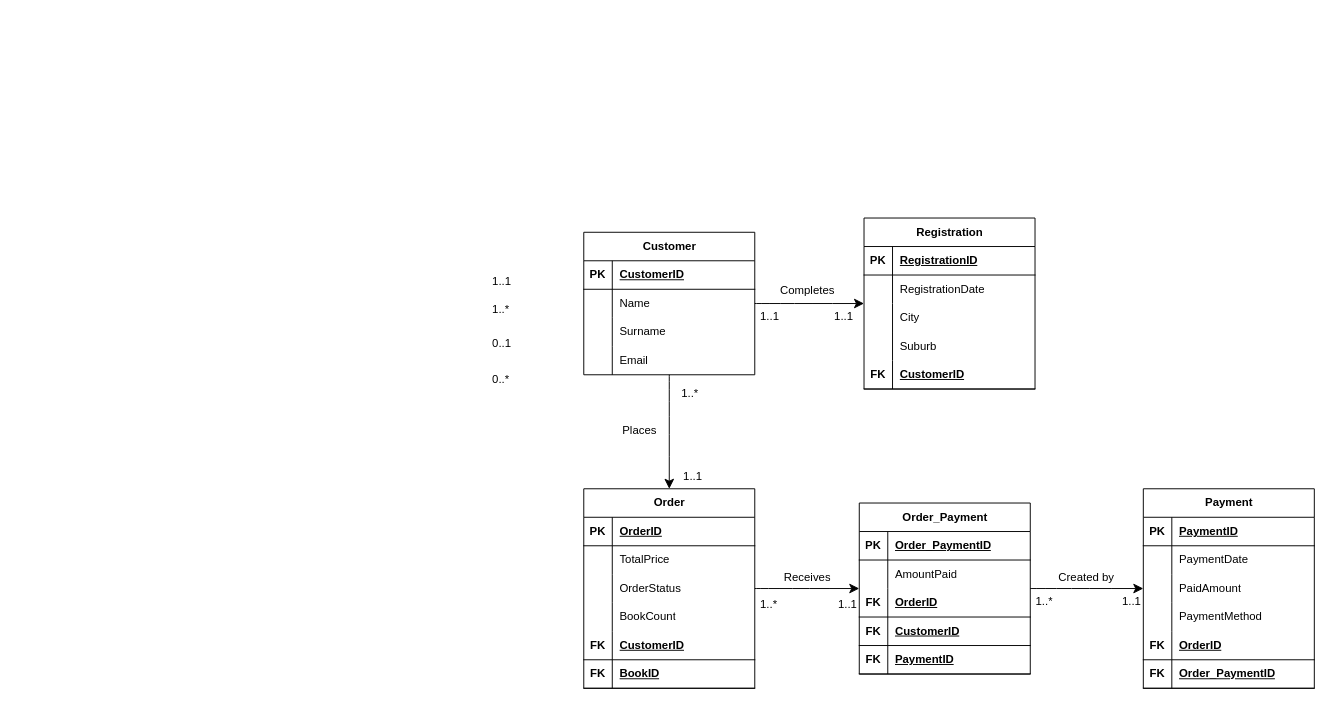
ST10326104/ERDs keeps this draw.io diagram as Untitled Diagram.drawio. Above is the earlier version. Source tidied: cells renumbered, new cells numbered last; positions are measured from the earlier drawing's top-left corner, leaving out a move shared by most shapes. Both pictures are drawn from the tidied source at 95%, with x=0, y=0 at pixel (486, 218).
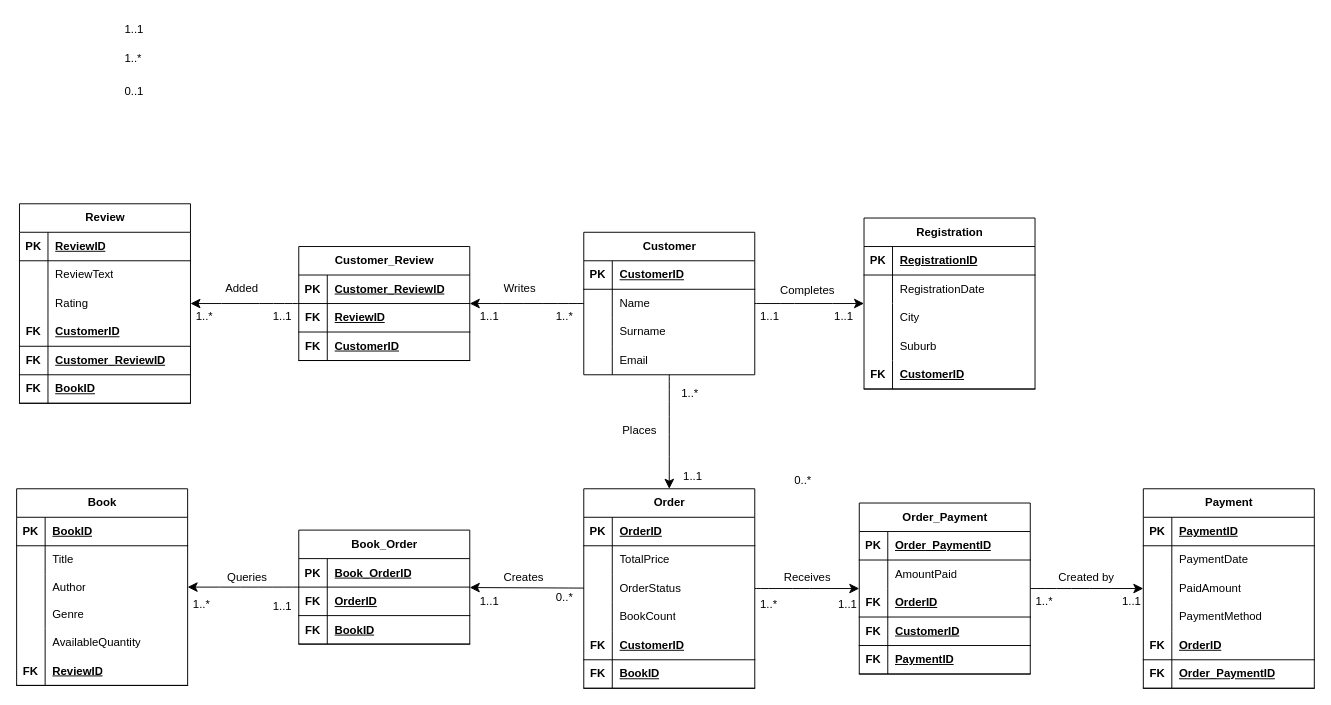
Above is the later version.

The change refers to these unchanged cells:
```xml
<mxCell id="4" value="Customer" style="shape=table;startSize=30;childLayout=tableLayout;rowLines=0;fontStyle=1;align=center;html=1;" parent="1" vertex="1">
  <mxGeometry x="102" y="15" width="180" height="150" as="geometry" />
</mxCell>
<mxCell id="34" value="Order" style="shape=table;startSize=30;childLayout=tableLayout;rowLines=0;fontStyle=1;align=center;html=1;" parent="1" vertex="1">
  <mxGeometry x="102" y="285" width="180" height="210" as="geometry" />
</mxCell>
```

Change to the diagram source:
```diff
@@
+    <mxCell id="105" style="edgeStyle=none;curved=1;rounded=0;jettySize=auto;html=1;fontFamily=Helvetica;fontSize=12;fontColor=default;startSize=8;endSize=8;" parent="1" edge="1" source="4" target="108">
+      <mxGeometry relative="1" as="geometry" />
+    </mxCell>
@@
+    <mxCell id="106" style="edgeStyle=none;curved=1;rounded=0;jettySize=auto;html=1;fontFamily=Helvetica;fontSize=12;fontColor=default;startSize=8;endSize=8;" parent="1" edge="1" source="34" target="142">
+      <mxGeometry relative="1" as="geometry" />
+    </mxCell>
@@
     <mxCell id="54" value="1..1" style="text;strokeColor=none;fillColor=none;spacingLeft=4;spacingRight=4;overflow=hidden;fontSize=12;whiteSpace=wrap;html=1;" parent="1" vertex="1">
-      <mxGeometry y="53" width="40" height="30" as="geometry" />
+      <mxGeometry x="-387" y="-212" width="40" height="30" as="geometry" />
     </mxCell>
     <mxCell id="55" value="1..*" style="text;strokeColor=none;fillColor=none;spacingLeft=4;spacingRight=4;overflow=hidden;fontSize=12;whiteSpace=wrap;html=1;" parent="1" vertex="1">
-      <mxGeometry y="83" width="40" height="30" as="geometry" />
+      <mxGeometry x="-387" y="-182" width="40" height="30" as="geometry" />
     </mxCell>
     <mxCell id="56" value="0..1" style="text;strokeColor=none;fillColor=none;spacingLeft=4;spacingRight=4;overflow=hidden;fontSize=12;whiteSpace=wrap;html=1;" parent="1" vertex="1">
-      <mxGeometry y="118" width="40" height="30" as="geometry" />
+      <mxGeometry x="-387" y="-147" width="40" height="30" as="geometry" />
     </mxCell>
     <mxCell id="57" value="0..*" style="text;strokeColor=none;fillColor=none;spacingLeft=4;spacingRight=4;overflow=hidden;fontSize=12;whiteSpace=wrap;html=1;" parent="1" vertex="1">
-      <mxGeometry y="156" width="40" height="30" as="geometry" />
+      <mxGeometry x="317.5" y="261.5" width="40" height="30" as="geometry" />
     </mxCell>
@@
+    <mxCell id="107" style="edgeStyle=none;curved=1;rounded=0;jettySize=auto;html=1;fontFamily=Helvetica;fontSize=12;fontColor=default;startSize=8;endSize=8;" parent="1" edge="1" source="108" target="118">
+      <mxGeometry relative="1" as="geometry" />
+    </mxCell>
+    <mxCell id="108" value="Customer_Review" style="shape=table;startSize=30;childLayout=tableLayout;rowLines=0;fontStyle=1;align=center;html=1;" parent="1" vertex="1">
+      <mxGeometry x="-198" y="30" width="180" height="120" as="geometry" />
+    </mxCell>
+    <mxCell id="109" style="shape=tableRow;horizontal=0;startSize=0;swimlaneHead=0;swimlaneBody=0;fillColor=none;top=0;left=0;right=0;bottom=1;" parent="108" vertex="1">
+      <mxGeometry y="30" width="180" height="30" as="geometry" />
+    </mxCell>
+    <mxCell id="110" value="PK" style="shape=partialRectangle;fillColor=none;top=0;left=0;bottom=0;right=0;fontStyle=1;overflow=hidden;whiteSpace=wrap;html=1;" parent="109" vertex="1">
+      <mxGeometry width="30" height="30" as="geometry" />
+    </mxCell>
+    <mxCell id="111" value="Customer_ReviewID" style="shape=partialRectangle;fillColor=none;top=0;left=0;bottom=0;right=0;align=left;spacingLeft=6;fontStyle=5;overflow=hidden;whiteSpace=wrap;html=1;" parent="109" vertex="1">
+      <mxGeometry x="30" width="150" height="30" as="geometry" />
+    </mxCell>
+    <mxCell id="112" style="shape=tableRow;horizontal=0;startSize=0;swimlaneHead=0;swimlaneBody=0;fillColor=none;top=0;left=0;right=0;bottom=1;" parent="108" vertex="1">
+      <mxGeometry y="60" width="180" height="30" as="geometry" />
+    </mxCell>
+    <mxCell id="113" value="FK" style="shape=partialRectangle;fillColor=none;top=0;left=0;bottom=0;right=0;fontStyle=1;overflow=hidden;whiteSpace=wrap;html=1;" parent="112" vertex="1">
+      <mxGeometry width="30" height="30" as="geometry" />
+    </mxCell>
+    <mxCell id="114" value="ReviewID" style="shape=partialRectangle;fillColor=none;top=0;left=0;bottom=0;right=0;align=left;spacingLeft=6;fontStyle=5;overflow=hidden;whiteSpace=wrap;html=1;" parent="112" vertex="1">
+      <mxGeometry x="30" width="150" height="30" as="geometry" />
+    </mxCell>
+    <mxCell id="115" style="shape=tableRow;horizontal=0;startSize=0;swimlaneHead=0;swimlaneBody=0;fillColor=none;top=0;left=0;right=0;bottom=1;" parent="108" vertex="1">
+      <mxGeometry y="90" width="180" height="30" as="geometry" />
+    </mxCell>
+    <mxCell id="116" value="FK" style="shape=partialRectangle;fillColor=none;top=0;left=0;bottom=0;right=0;fontStyle=1;overflow=hidden;whiteSpace=wrap;html=1;" parent="115" vertex="1">
+      <mxGeometry width="30" height="30" as="geometry" />
+    </mxCell>
+    <mxCell id="117" value="CustomerID" style="shape=partialRectangle;fillColor=none;top=0;left=0;bottom=0;right=0;align=left;spacingLeft=6;fontStyle=5;overflow=hidden;whiteSpace=wrap;html=1;" parent="115" vertex="1">
+      <mxGeometry x="30" width="150" height="30" as="geometry" />
+    </mxCell>
+    <mxCell id="118" value="Review" style="shape=table;startSize=30;childLayout=tableLayout;rowLines=0;fontStyle=1;align=center;html=1;" parent="1" vertex="1">
+      <mxGeometry x="-492" y="-15" width="180" height="210" as="geometry" />
+    </mxCell>
+    <mxCell id="119" style="shape=tableRow;horizontal=0;startSize=0;swimlaneHead=0;swimlaneBody=0;fillColor=none;top=0;left=0;right=0;bottom=1;" parent="118" vertex="1">
+      <mxGeometry y="30" width="180" height="30" as="geometry" />
+    </mxCell>
+    <mxCell id="120" value="PK" style="shape=partialRectangle;fillColor=none;top=0;left=0;bottom=0;right=0;fontStyle=1;overflow=hidden;whiteSpace=wrap;html=1;" parent="119" vertex="1">
+      <mxGeometry width="30" height="30" as="geometry" />
+    </mxCell>
+    <mxCell id="121" value="ReviewID" style="shape=partialRectangle;fillColor=none;top=0;left=0;bottom=0;right=0;align=left;spacingLeft=6;fontStyle=5;overflow=hidden;whiteSpace=wrap;html=1;" parent="119" vertex="1">
+      <mxGeometry x="30" width="150" height="30" as="geometry" />
+    </mxCell>
+    <mxCell id="122" style="shape=tableRow;horizontal=0;startSize=0;swimlaneHead=0;swimlaneBody=0;fillColor=none;top=0;left=0;right=0;bottom=0;" parent="118" vertex="1">
+      <mxGeometry y="60" width="180" height="30" as="geometry" />
+    </mxCell>
+    <mxCell id="123" style="shape=partialRectangle;fillColor=none;top=0;left=0;bottom=0;right=0;overflow=hidden;whiteSpace=wrap;html=1;" parent="122" vertex="1">
+      <mxGeometry width="30" height="30" as="geometry" />
+    </mxCell>
+    <mxCell id="124" value="ReviewText" style="shape=partialRectangle;fillColor=none;top=0;left=0;bottom=0;right=0;align=left;spacingLeft=6;overflow=hidden;whiteSpace=wrap;html=1;" parent="122" vertex="1">
+      <mxGeometry x="30" width="150" height="30" as="geometry" />
+    </mxCell>
+    <mxCell id="125" style="shape=tableRow;horizontal=0;startSize=0;swimlaneHead=0;swimlaneBody=0;fillColor=none;top=0;left=0;right=0;bottom=0;" parent="118" vertex="1">
+      <mxGeometry y="90" width="180" height="30" as="geometry" />
+    </mxCell>
+    <mxCell id="126" style="shape=partialRectangle;fillColor=none;top=0;left=0;bottom=0;right=0;overflow=hidden;whiteSpace=wrap;html=1;" parent="125" vertex="1">
+      <mxGeometry width="30" height="30" as="geometry" />
+    </mxCell>
+    <mxCell id="127" value="Rating" style="shape=partialRectangle;fillColor=none;top=0;left=0;bottom=0;right=0;align=left;spacingLeft=6;overflow=hidden;whiteSpace=wrap;html=1;" parent="125" vertex="1">
+      <mxGeometry x="30" width="150" height="30" as="geometry" />
+    </mxCell>
+    <mxCell id="128" style="shape=tableRow;horizontal=0;startSize=0;swimlaneHead=0;swimlaneBody=0;fillColor=none;top=0;left=0;right=0;bottom=1;" parent="118" vertex="1">
+      <mxGeometry y="120" width="180" height="30" as="geometry" />
+    </mxCell>
+    <mxCell id="129" value="FK" style="shape=partialRectangle;fillColor=none;top=0;left=0;bottom=0;right=0;fontStyle=1;overflow=hidden;whiteSpace=wrap;html=1;" parent="128" vertex="1">
+      <mxGeometry width="30" height="30" as="geometry" />
+    </mxCell>
+    <mxCell id="130" value="CustomerID" style="shape=partialRectangle;fillColor=none;top=0;left=0;bottom=0;right=0;align=left;spacingLeft=6;fontStyle=5;overflow=hidden;whiteSpace=wrap;html=1;" parent="128" vertex="1">
+      <mxGeometry x="30" width="150" height="30" as="geometry" />
+    </mxCell>
+    <mxCell id="131" style="shape=tableRow;horizontal=0;startSize=0;swimlaneHead=0;swimlaneBody=0;fillColor=none;top=0;left=0;right=0;bottom=1;" parent="118" vertex="1">
+      <mxGeometry y="150" width="180" height="30" as="geometry" />
+    </mxCell>
+    <mxCell id="132" value="FK" style="shape=partialRectangle;fillColor=none;top=0;left=0;bottom=0;right=0;fontStyle=1;overflow=hidden;whiteSpace=wrap;html=1;" parent="131" vertex="1">
+      <mxGeometry width="30" height="30" as="geometry" />
+    </mxCell>
+    <mxCell id="133" value="Customer_ReviewID" style="shape=partialRectangle;fillColor=none;top=0;left=0;bottom=0;right=0;align=left;spacingLeft=6;fontStyle=5;overflow=hidden;whiteSpace=wrap;html=1;" parent="131" vertex="1">
+      <mxGeometry x="30" width="150" height="30" as="geometry" />
+    </mxCell>
+    <mxCell id="134" style="shape=tableRow;horizontal=0;startSize=0;swimlaneHead=0;swimlaneBody=0;fillColor=none;top=0;left=0;right=0;bottom=1;" parent="118" vertex="1">
+      <mxGeometry y="180" width="180" height="30" as="geometry" />
+    </mxCell>
+    <mxCell id="135" value="FK" style="shape=partialRectangle;fillColor=none;top=0;left=0;bottom=0;right=0;fontStyle=1;overflow=hidden;whiteSpace=wrap;html=1;" parent="134" vertex="1">
+      <mxGeometry width="30" height="30" as="geometry" />
+    </mxCell>
+    <mxCell id="136" value="BookID" style="shape=partialRectangle;fillColor=none;top=0;left=0;bottom=0;right=0;align=left;spacingLeft=6;fontStyle=5;overflow=hidden;whiteSpace=wrap;html=1;" parent="134" vertex="1">
+      <mxGeometry x="30" width="150" height="30" as="geometry" />
+    </mxCell>
+    <mxCell id="137" value="1..1" style="text;strokeColor=none;fillColor=none;spacingLeft=4;spacingRight=4;overflow=hidden;fontSize=12;whiteSpace=wrap;html=1;" parent="1" vertex="1">
+      <mxGeometry x="-13" y="90" width="40" height="30" as="geometry" />
+    </mxCell>
+    <mxCell id="138" value="1..*" style="text;strokeColor=none;fillColor=none;spacingLeft=4;spacingRight=4;overflow=hidden;fontSize=12;whiteSpace=wrap;html=1;" parent="1" vertex="1">
+      <mxGeometry x="67" y="90" width="40" height="30" as="geometry" />
+    </mxCell>
+    <mxCell id="139" value="1..1" style="text;strokeColor=none;fillColor=none;spacingLeft=4;spacingRight=4;overflow=hidden;fontSize=12;whiteSpace=wrap;html=1;" parent="1" vertex="1">
+      <mxGeometry x="-231" y="90" width="40" height="30" as="geometry" />
+    </mxCell>
+    <mxCell id="140" value="1..*" style="text;strokeColor=none;fillColor=none;spacingLeft=4;spacingRight=4;overflow=hidden;fontSize=12;whiteSpace=wrap;html=1;" parent="1" vertex="1">
+      <mxGeometry x="-312" y="90" width="40" height="30" as="geometry" />
+    </mxCell>
+    <mxCell id="141" style="edgeStyle=none;curved=1;rounded=0;jettySize=auto;html=1;fontFamily=Helvetica;fontSize=12;fontColor=default;startSize=8;endSize=8;" parent="1" edge="1" source="142" target="154">
+      <mxGeometry relative="1" as="geometry" />
+    </mxCell>
+    <mxCell id="142" value="Book_Order" style="shape=table;startSize=30;childLayout=tableLayout;rowLines=0;fontStyle=1;align=center;html=1;" parent="1" vertex="1">
+      <mxGeometry x="-198" y="328.5" width="180" height="120" as="geometry" />
+    </mxCell>
+    <mxCell id="143" style="shape=tableRow;horizontal=0;startSize=0;swimlaneHead=0;swimlaneBody=0;fillColor=none;top=0;left=0;right=0;bottom=1;" parent="142" vertex="1">
+      <mxGeometry y="30" width="180" height="30" as="geometry" />
+    </mxCell>
+    <mxCell id="144" value="PK" style="shape=partialRectangle;fillColor=none;top=0;left=0;bottom=0;right=0;fontStyle=1;overflow=hidden;whiteSpace=wrap;html=1;" parent="143" vertex="1">
+      <mxGeometry width="30" height="30" as="geometry" />
+    </mxCell>
+    <mxCell id="145" value="Book_OrderID" style="shape=partialRectangle;fillColor=none;top=0;left=0;bottom=0;right=0;align=left;spacingLeft=6;fontStyle=5;overflow=hidden;whiteSpace=wrap;html=1;" parent="143" vertex="1">
+      <mxGeometry x="30" width="150" height="30" as="geometry" />
+    </mxCell>
+    <mxCell id="146" style="shape=tableRow;horizontal=0;startSize=0;swimlaneHead=0;swimlaneBody=0;fillColor=none;top=0;left=0;right=0;bottom=1;" parent="142" vertex="1">
+      <mxGeometry y="60" width="180" height="30" as="geometry" />
+    </mxCell>
+    <mxCell id="147" value="FK" style="shape=partialRectangle;fillColor=none;top=0;left=0;bottom=0;right=0;fontStyle=1;overflow=hidden;whiteSpace=wrap;html=1;" parent="146" vertex="1">
+      <mxGeometry width="30" height="30" as="geometry" />
+    </mxCell>
+    <mxCell id="148" value="OrderID" style="shape=partialRectangle;fillColor=none;top=0;left=0;bottom=0;right=0;align=left;spacingLeft=6;fontStyle=5;overflow=hidden;whiteSpace=wrap;html=1;" parent="146" vertex="1">
+      <mxGeometry x="30" width="150" height="30" as="geometry" />
+    </mxCell>
+    <mxCell id="149" style="shape=tableRow;horizontal=0;startSize=0;swimlaneHead=0;swimlaneBody=0;fillColor=none;top=0;left=0;right=0;bottom=1;" parent="142" vertex="1">
+      <mxGeometry y="90" width="180" height="30" as="geometry" />
+    </mxCell>
+    <mxCell id="150" value="FK" style="shape=partialRectangle;fillColor=none;top=0;left=0;bottom=0;right=0;fontStyle=1;overflow=hidden;whiteSpace=wrap;html=1;" parent="149" vertex="1">
+      <mxGeometry width="30" height="30" as="geometry" />
+    </mxCell>
+    <mxCell id="151" value="BookID" style="shape=partialRectangle;fillColor=none;top=0;left=0;bottom=0;right=0;align=left;spacingLeft=6;fontStyle=5;overflow=hidden;whiteSpace=wrap;html=1;" parent="149" vertex="1">
+      <mxGeometry x="30" width="150" height="30" as="geometry" />
+    </mxCell>
+    <mxCell id="152" value="0..*" style="text;strokeColor=none;fillColor=none;spacingLeft=4;spacingRight=4;overflow=hidden;fontSize=12;whiteSpace=wrap;html=1;" parent="1" vertex="1">
+      <mxGeometry x="67" y="386" width="40" height="30" as="geometry" />
+    </mxCell>
+    <mxCell id="153" value="1..*" style="text;strokeColor=none;fillColor=none;spacingLeft=4;spacingRight=4;overflow=hidden;fontSize=12;whiteSpace=wrap;html=1;" parent="1" vertex="1">
+      <mxGeometry x="-315" y="393" width="40" height="30" as="geometry" />
+    </mxCell>
+    <mxCell id="154" value="Book" style="shape=table;startSize=30;childLayout=tableLayout;rowLines=0;fontStyle=1;align=center;html=1;" parent="1" vertex="1">
+      <mxGeometry x="-495" y="285" width="180" height="207" as="geometry" />
+    </mxCell>
+    <mxCell id="155" style="shape=tableRow;horizontal=0;startSize=0;swimlaneHead=0;swimlaneBody=0;fillColor=none;top=0;left=0;right=0;bottom=1;" parent="154" vertex="1">
+      <mxGeometry y="30" width="180" height="30" as="geometry" />
+    </mxCell>
+    <mxCell id="156" value="PK" style="shape=partialRectangle;fillColor=none;top=0;left=0;bottom=0;right=0;fontStyle=1;overflow=hidden;whiteSpace=wrap;html=1;" parent="155" vertex="1">
+      <mxGeometry width="30" height="30" as="geometry" />
+    </mxCell>
+    <mxCell id="157" value="BookID" style="shape=partialRectangle;fillColor=none;top=0;left=0;bottom=0;right=0;align=left;spacingLeft=6;fontStyle=5;overflow=hidden;whiteSpace=wrap;html=1;" parent="155" vertex="1">
+      <mxGeometry x="30" width="150" height="30" as="geometry" />
+    </mxCell>
+    <mxCell id="158" style="shape=tableRow;horizontal=0;startSize=0;swimlaneHead=0;swimlaneBody=0;fillColor=none;top=0;left=0;right=0;bottom=0;" parent="154" vertex="1">
+      <mxGeometry y="60" width="180" height="30" as="geometry" />
+    </mxCell>
+    <mxCell id="159" style="shape=partialRectangle;fillColor=none;top=0;left=0;bottom=0;right=0;overflow=hidden;whiteSpace=wrap;html=1;" parent="158" vertex="1">
+      <mxGeometry width="30" height="30" as="geometry" />
+    </mxCell>
+    <mxCell id="160" value="Title" style="shape=partialRectangle;fillColor=none;top=0;left=0;bottom=0;right=0;align=left;spacingLeft=6;overflow=hidden;whiteSpace=wrap;html=1;" parent="158" vertex="1">
+      <mxGeometry x="30" width="150" height="30" as="geometry" />
+    </mxCell>
+    <mxCell id="161" style="shape=tableRow;horizontal=0;startSize=0;swimlaneHead=0;swimlaneBody=0;fillColor=none;top=0;left=0;right=0;bottom=0;" parent="154" vertex="1">
+      <mxGeometry y="90" width="180" height="27" as="geometry" />
+    </mxCell>
+    <mxCell id="162" style="shape=partialRectangle;fillColor=none;top=0;left=0;bottom=0;right=0;overflow=hidden;whiteSpace=wrap;html=1;" parent="161" vertex="1">
+      <mxGeometry width="30" height="27" as="geometry" />
+    </mxCell>
+    <mxCell id="163" value="Author" style="shape=partialRectangle;fillColor=none;top=0;left=0;bottom=0;right=0;align=left;spacingLeft=6;overflow=hidden;whiteSpace=wrap;html=1;" parent="161" vertex="1">
+      <mxGeometry x="30" width="150" height="27" as="geometry" />
+    </mxCell>
+    <mxCell id="164" style="shape=tableRow;horizontal=0;startSize=0;swimlaneHead=0;swimlaneBody=0;fillColor=none;top=0;left=0;right=0;bottom=0;" parent="154" vertex="1">
+      <mxGeometry y="117" width="180" height="30" as="geometry" />
+    </mxCell>
+    <mxCell id="165" style="shape=partialRectangle;fillColor=none;top=0;left=0;bottom=0;right=0;overflow=hidden;whiteSpace=wrap;html=1;" parent="164" vertex="1">
+      <mxGeometry width="30" height="30" as="geometry" />
+    </mxCell>
+    <mxCell id="166" value="Genre" style="shape=partialRectangle;fillColor=none;top=0;left=0;bottom=0;right=0;align=left;spacingLeft=6;overflow=hidden;whiteSpace=wrap;html=1;" parent="164" vertex="1">
+      <mxGeometry x="30" width="150" height="30" as="geometry" />
+    </mxCell>
+    <mxCell id="167" style="shape=tableRow;horizontal=0;startSize=0;swimlaneHead=0;swimlaneBody=0;fillColor=none;top=0;left=0;right=0;bottom=0;" parent="154" vertex="1">
+      <mxGeometry y="147" width="180" height="30" as="geometry" />
+    </mxCell>
+    <mxCell id="168" style="shape=partialRectangle;fillColor=none;top=0;left=0;bottom=0;right=0;overflow=hidden;whiteSpace=wrap;html=1;" parent="167" vertex="1">
+      <mxGeometry width="30" height="30" as="geometry" />
+    </mxCell>
+    <mxCell id="169" value="AvailableQuantity" style="shape=partialRectangle;fillColor=none;top=0;left=0;bottom=0;right=0;align=left;spacingLeft=6;overflow=hidden;whiteSpace=wrap;html=1;" parent="167" vertex="1">
+      <mxGeometry x="30" width="150" height="30" as="geometry" />
+    </mxCell>
+    <mxCell id="170" style="shape=tableRow;horizontal=0;startSize=0;swimlaneHead=0;swimlaneBody=0;fillColor=none;top=0;left=0;right=0;bottom=1;" parent="154" vertex="1">
+      <mxGeometry y="177" width="180" height="30" as="geometry" />
+    </mxCell>
+    <mxCell id="171" value="FK" style="shape=partialRectangle;fillColor=none;top=0;left=0;bottom=0;right=0;fontStyle=1;overflow=hidden;whiteSpace=wrap;html=1;" parent="170" vertex="1">
+      <mxGeometry width="30" height="30" as="geometry" />
+    </mxCell>
+    <mxCell id="172" value="ReviewID" style="shape=partialRectangle;fillColor=none;top=0;left=0;bottom=0;right=0;align=left;spacingLeft=6;fontStyle=5;overflow=hidden;whiteSpace=wrap;html=1;" parent="170" vertex="1">
+      <mxGeometry x="30" width="150" height="30" as="geometry" />
+    </mxCell>
+    <mxCell id="173" value="1..1" style="text;strokeColor=none;fillColor=none;spacingLeft=4;spacingRight=4;overflow=hidden;fontSize=12;whiteSpace=wrap;html=1;" parent="1" vertex="1">
+      <mxGeometry x="-13" y="390" width="40" height="30" as="geometry" />
+    </mxCell>
+    <mxCell id="174" value="1..1" style="text;strokeColor=none;fillColor=none;spacingLeft=4;spacingRight=4;overflow=hidden;fontSize=12;whiteSpace=wrap;html=1;" parent="1" vertex="1">
+      <mxGeometry x="-231" y="395" width="40" height="30" as="geometry" />
+    </mxCell>
+    <mxCell id="175" value="Creates" style="text;strokeColor=none;fillColor=none;spacingLeft=4;spacingRight=4;overflow=hidden;fontSize=12;whiteSpace=wrap;html=1;" parent="1" vertex="1">
+      <mxGeometry x="12" y="365" width="52" height="30" as="geometry" />
+    </mxCell>
+    <mxCell id="176" value="Queries" style="text;strokeColor=none;fillColor=none;spacingLeft=4;spacingRight=4;overflow=hidden;fontSize=12;whiteSpace=wrap;html=1;" parent="1" vertex="1">
+      <mxGeometry x="-279" y="365" width="52" height="30" as="geometry" />
+    </mxCell>
+    <mxCell id="177" value="Writes" style="text;strokeColor=none;fillColor=none;spacingLeft=4;spacingRight=4;overflow=hidden;fontSize=12;whiteSpace=wrap;html=1;" parent="1" vertex="1">
+      <mxGeometry x="12" y="60" width="52" height="30" as="geometry" />
+    </mxCell>
+    <mxCell id="178" value="Added" style="text;strokeColor=none;fillColor=none;spacingLeft=4;spacingRight=4;overflow=hidden;fontSize=12;whiteSpace=wrap;html=1;" parent="1" vertex="1">
+      <mxGeometry x="-281" y="60" width="52" height="30" as="geometry" />
+    </mxCell>
```
